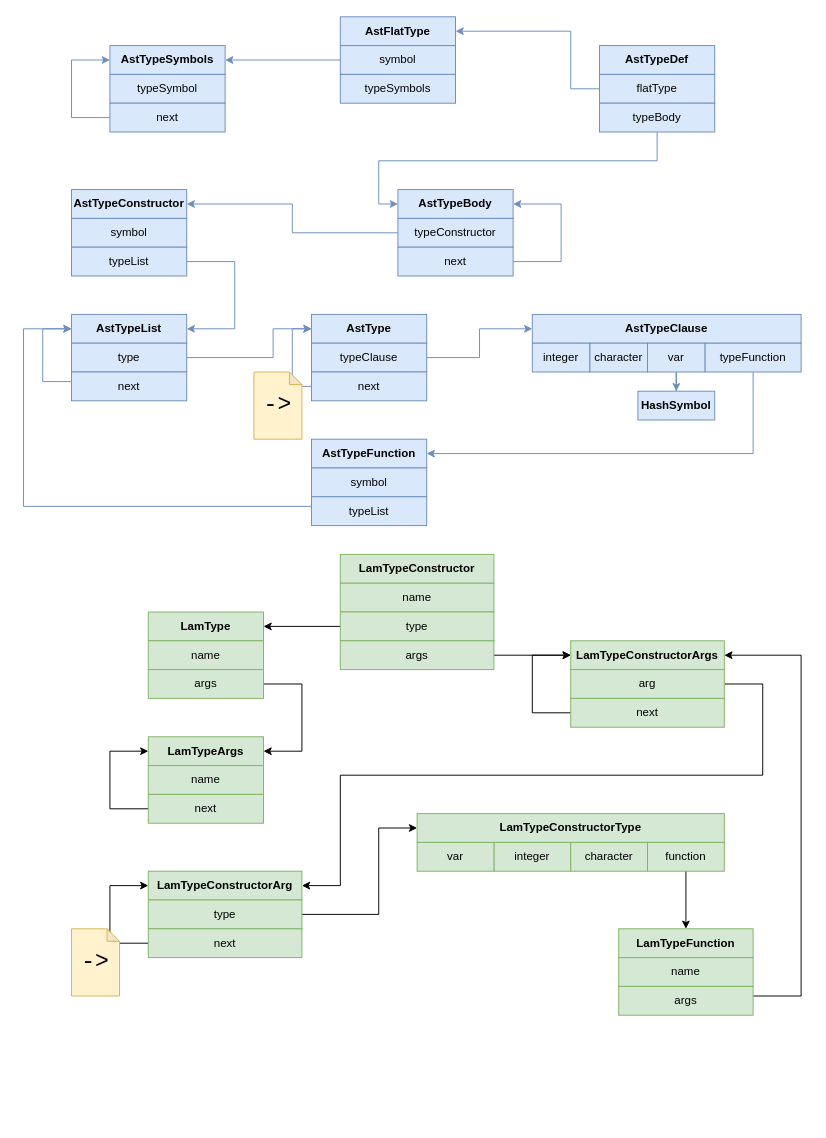
Before: docs/LambdaConversion.drawio in billhails/CEKF, a draw.io diagram. Source tidied: cells renumbered, new cells numbered last; positions are measured from the earlier drawing's top-left corner, leaving out a move shared by most shapes. Both pictures are drawn from the tidied source at 96%, with x=0, y=0 at pixel (23, 16).
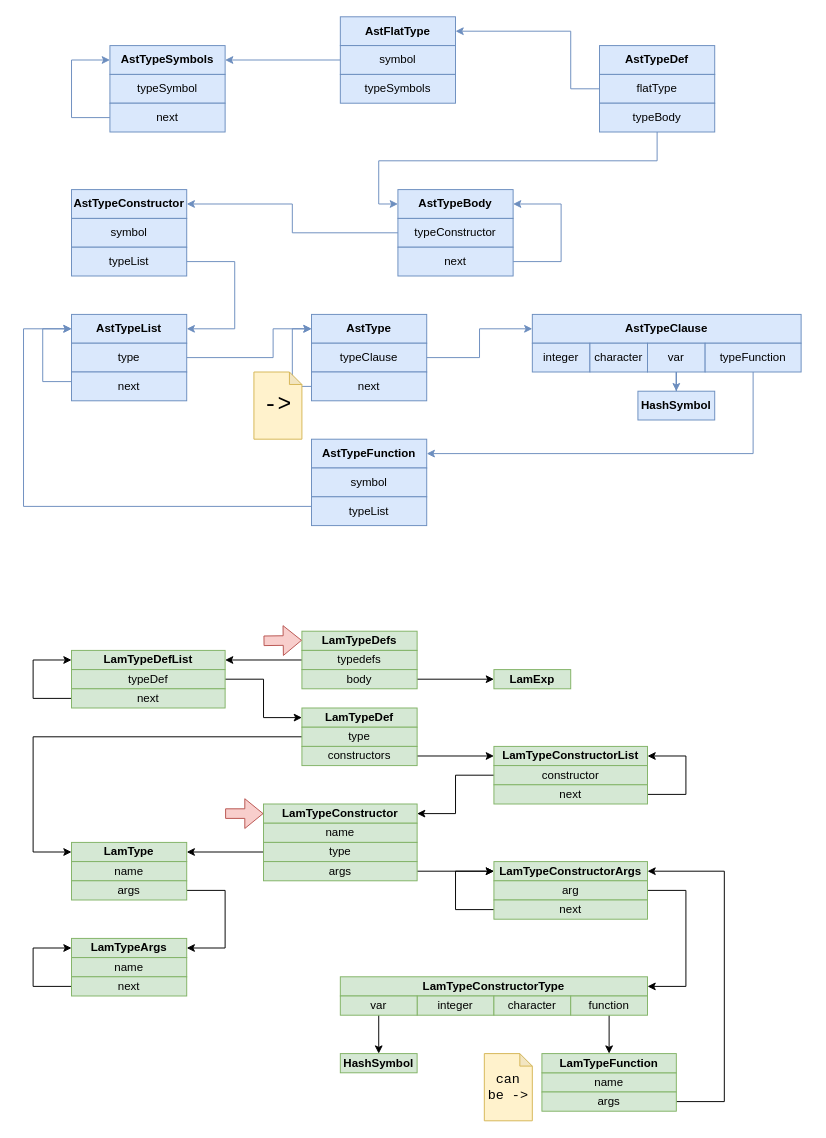
After the change.

Change to the diagram source:
```diff
@@
     <mxCell id="46" value="LamTypeConstructor" style="rounded=0;whiteSpace=wrap;html=1;fontStyle=1;fillColor=#d5e8d4;strokeColor=#82b366;" parent="1" vertex="1">
-      <mxGeometry x="330" y="560" width="160" height="30" as="geometry" />
+      <mxGeometry x="250" y="820" width="160" height="20" as="geometry" />
     </mxCell>
     <mxCell id="47" value="name" style="rounded=0;whiteSpace=wrap;html=1;fillColor=#d5e8d4;strokeColor=#82b366;" parent="1" vertex="1">
-      <mxGeometry x="330" y="590" width="160" height="30" as="geometry" />
+      <mxGeometry x="250" y="840" width="160" height="20" as="geometry" />
     </mxCell>
@@
     <mxCell id="49" value="type" style="rounded=0;whiteSpace=wrap;html=1;fillColor=#d5e8d4;strokeColor=#82b366;" parent="1" vertex="1">
-      <mxGeometry x="330" y="620" width="160" height="30" as="geometry" />
+      <mxGeometry x="250" y="860" width="160" height="20" as="geometry" />
     </mxCell>
@@
     <mxCell id="51" value="args" style="rounded=0;whiteSpace=wrap;html=1;fillColor=#d5e8d4;strokeColor=#82b366;" parent="1" vertex="1">
-      <mxGeometry x="330" y="650" width="160" height="30" as="geometry" />
+      <mxGeometry x="250" y="880" width="160" height="20" as="geometry" />
     </mxCell>
     <mxCell id="52" value="LamType" style="rounded=0;whiteSpace=wrap;html=1;fontStyle=1;fillColor=#d5e8d4;strokeColor=#82b366;" parent="1" vertex="1">
-      <mxGeometry x="130" y="620" width="120" height="30" as="geometry" />
+      <mxGeometry x="50" y="860" width="120" height="20" as="geometry" />
     </mxCell>
     <mxCell id="53" value="name" style="rounded=0;whiteSpace=wrap;html=1;fillColor=#d5e8d4;strokeColor=#82b366;" parent="1" vertex="1">
-      <mxGeometry x="130" y="650" width="120" height="30" as="geometry" />
+      <mxGeometry x="50" y="880" width="120" height="20" as="geometry" />
     </mxCell>
     <mxCell id="54" style="edgeStyle=orthogonalEdgeStyle;rounded=0;jettySize=auto;html=1;entryX=1;entryY=0.5;entryDx=0;entryDy=0;" parent="1" edge="1" source="55" target="56">
       <mxGeometry relative="1" as="geometry">
         <Array as="points">
-          <mxPoint x="290" y="695" />
-          <mxPoint x="290" y="765" />
+          <mxPoint x="210" y="910" />
+          <mxPoint x="210" y="970" />
         </Array>
       </mxGeometry>
     </mxCell>
     <mxCell id="55" value="args" style="rounded=0;whiteSpace=wrap;html=1;fillColor=#d5e8d4;strokeColor=#82b366;" parent="1" vertex="1">
-      <mxGeometry x="130" y="680" width="120" height="30" as="geometry" />
+      <mxGeometry x="50" y="900" width="120" height="20" as="geometry" />
     </mxCell>
     <mxCell id="56" value="LamTypeArgs" style="rounded=0;whiteSpace=wrap;html=1;fontStyle=1;fillColor=#d5e8d4;strokeColor=#82b366;" parent="1" vertex="1">
-      <mxGeometry x="130" y="750" width="120" height="30" as="geometry" />
+      <mxGeometry x="50" y="960" width="120" height="20" as="geometry" />
     </mxCell>
     <mxCell id="57" value="name" style="rounded=0;whiteSpace=wrap;html=1;fillColor=#d5e8d4;strokeColor=#82b366;" parent="1" vertex="1">
-      <mxGeometry x="130" y="780" width="120" height="30" as="geometry" />
+      <mxGeometry x="50" y="980" width="120" height="20" as="geometry" />
     </mxCell>
     <mxCell id="58" style="edgeStyle=orthogonalEdgeStyle;rounded=0;jettySize=auto;html=1;entryX=0;entryY=0.5;entryDx=0;entryDy=0;" parent="1" edge="1" source="59" target="56">
       <mxGeometry relative="1" as="geometry">
         <Array as="points">
-          <mxPoint x="90" y="825" />
-          <mxPoint x="90" y="765" />
+          <mxPoint x="10" y="1010" />
+          <mxPoint x="10" y="970" />
         </Array>
       </mxGeometry>
     </mxCell>
     <mxCell id="59" value="next" style="rounded=0;whiteSpace=wrap;html=1;fillColor=#d5e8d4;strokeColor=#82b366;" parent="1" vertex="1">
-      <mxGeometry x="130" y="810" width="120" height="30" as="geometry" />
+      <mxGeometry x="50" y="1000" width="120" height="20" as="geometry" />
     </mxCell>
     <mxCell id="60" value="LamTypeConstructorArgs" style="rounded=0;whiteSpace=wrap;html=1;fontStyle=1;fillColor=#d5e8d4;strokeColor=#82b366;" parent="1" vertex="1">
-      <mxGeometry x="570" y="650" width="160" height="30" as="geometry" />
+      <mxGeometry x="490" y="880" width="160" height="20" as="geometry" />
     </mxCell>
-    <mxCell id="61" style="edgeStyle=orthogonalEdgeStyle;rounded=0;jettySize=auto;html=1;entryX=1;entryY=0.5;entryDx=0;entryDy=0;" parent="1" edge="1" source="62" target="75">
-      <mxGeometry relative="1" as="geometry">
-        <Array as="points">
-          <mxPoint x="770" y="695" />
-          <mxPoint x="770" y="790" />
-          <mxPoint x="330" y="790" />
-          <mxPoint x="330" y="905" />
-        </Array>
-      </mxGeometry>
-    </mxCell>
+    <mxCell id="82" style="edgeStyle=orthogonalEdgeStyle;rounded=0;jettySize=auto;html=1;entryX=1;entryY=0.5;entryDx=0;entryDy=0;" parent="1" edge="1" source="62" target="65">
+      <mxGeometry relative="1" as="geometry">
+        <Array as="points">
+          <mxPoint x="690" y="910" />
+          <mxPoint x="690" y="1010" />
+        </Array>
+      </mxGeometry>
+    </mxCell>
     <mxCell id="62" value="arg" style="rounded=0;whiteSpace=wrap;html=1;fillColor=#d5e8d4;strokeColor=#82b366;" parent="1" vertex="1">
-      <mxGeometry x="570" y="680" width="160" height="30" as="geometry" />
+      <mxGeometry x="490" y="900" width="160" height="20" as="geometry" />
     </mxCell>
     <mxCell id="63" style="edgeStyle=orthogonalEdgeStyle;rounded=0;jettySize=auto;html=1;entryX=0;entryY=0.5;entryDx=0;entryDy=0;" parent="1" edge="1" source="64" target="60">
       <mxGeometry relative="1" as="geometry">
         <Array as="points">
-          <mxPoint x="530" y="725" />
-          <mxPoint x="530" y="665" />
+          <mxPoint x="450" y="930" />
+          <mxPoint x="450" y="890" />
         </Array>
       </mxGeometry>
     </mxCell>
     <mxCell id="64" value="next" style="rounded=0;whiteSpace=wrap;html=1;fillColor=#d5e8d4;strokeColor=#82b366;" parent="1" vertex="1">
-      <mxGeometry x="570" y="710" width="160" height="30" as="geometry" />
+      <mxGeometry x="490" y="920" width="160" height="20" as="geometry" />
     </mxCell>
     <mxCell id="65" value="LamTypeConstructorType" style="rounded=0;whiteSpace=wrap;html=1;fontStyle=1;fillColor=#d5e8d4;strokeColor=#82b366;" parent="1" vertex="1">
-      <mxGeometry x="410" y="830" width="320" height="30" as="geometry" />
+      <mxGeometry x="330" y="1000" width="320" height="20" as="geometry" />
     </mxCell>
     <mxCell id="66" value="name" style="rounded=0;whiteSpace=wrap;html=1;fillColor=#d5e8d4;strokeColor=#82b366;" parent="1" vertex="1">
-      <mxGeometry x="620" y="980" width="140" height="30" as="geometry" />
+      <mxGeometry x="540" y="1100" width="140" height="20" as="geometry" />
     </mxCell>
     <mxCell id="67" style="edgeStyle=orthogonalEdgeStyle;rounded=0;jettySize=auto;html=1;entryX=1;entryY=0.5;entryDx=0;entryDy=0;" parent="1" edge="1" source="68" target="60">
       <mxGeometry relative="1" as="geometry">
         <Array as="points">
-          <mxPoint x="810" y="1020" />
-          <mxPoint x="810" y="665" />
+          <mxPoint x="730" y="1130" />
+          <mxPoint x="730" y="890" />
         </Array>
       </mxGeometry>
     </mxCell>
     <mxCell id="68" value="args" style="rounded=0;whiteSpace=wrap;html=1;fillColor=#d5e8d4;strokeColor=#82b366;" parent="1" vertex="1">
-      <mxGeometry x="620" y="1010" width="140" height="30" as="geometry" />
+      <mxGeometry x="540" y="1120" width="140" height="20" as="geometry" />
     </mxCell>
     <mxCell id="69" value="integer" style="rounded=0;whiteSpace=wrap;html=1;fillColor=#d5e8d4;strokeColor=#82b366;" parent="1" vertex="1">
-      <mxGeometry x="490" y="860" width="80" height="30" as="geometry" />
+      <mxGeometry x="410" y="1020" width="80" height="20" as="geometry" />
     </mxCell>
     <mxCell id="70" value="character" style="rounded=0;whiteSpace=wrap;html=1;fillColor=#d5e8d4;strokeColor=#82b366;" parent="1" vertex="1">
-      <mxGeometry x="570" y="860" width="80" height="30" as="geometry" />
+      <mxGeometry x="490" y="1020" width="80" height="20" as="geometry" />
     </mxCell>
@@
     <mxCell id="72" value="function" style="rounded=0;whiteSpace=wrap;html=1;fillColor=#d5e8d4;strokeColor=#82b366;" parent="1" vertex="1">
-      <mxGeometry x="650" y="860" width="80" height="30" as="geometry" />
+      <mxGeometry x="570" y="1020" width="80" height="20" as="geometry" />
     </mxCell>
     <mxCell id="73" value="LamTypeFunction" style="rounded=0;whiteSpace=wrap;html=1;fontStyle=1;fillColor=#d5e8d4;strokeColor=#82b366;" parent="1" vertex="1">
-      <mxGeometry x="620" y="950" width="140" height="30" as="geometry" />
+      <mxGeometry x="540" y="1080" width="140" height="20" as="geometry" />
     </mxCell>
+    <mxCell id="83" style="edgeStyle=orthogonalEdgeStyle;rounded=0;jettySize=auto;html=1;entryX=0.5;entryY=0;entryDx=0;entryDy=0;" parent="1" edge="1" source="74" target="105">
+      <mxGeometry relative="1" as="geometry" />
+    </mxCell>
     <mxCell id="74" value="var" style="rounded=0;whiteSpace=wrap;html=1;fillColor=#d5e8d4;strokeColor=#82b366;" parent="1" vertex="1">
-      <mxGeometry x="410" y="860" width="80" height="30" as="geometry" />
+      <mxGeometry x="330" y="1020" width="80" height="20" as="geometry" />
     </mxCell>
-    <mxCell id="75" value="LamTypeConstructorArg" style="rounded=0;whiteSpace=wrap;html=1;fontStyle=1;fillColor=#d5e8d4;strokeColor=#82b366;" parent="1" vertex="1">
-      <mxGeometry x="130" y="890" width="160" height="30" as="geometry" />
-    </mxCell>
-    <mxCell id="76" style="edgeStyle=orthogonalEdgeStyle;rounded=0;jettySize=auto;html=1;entryX=0;entryY=0.5;entryDx=0;entryDy=0;" parent="1" edge="1" source="77" target="65">
-      <mxGeometry relative="1" as="geometry">
-        <Array as="points">
-          <mxPoint x="370" y="935" />
-          <mxPoint x="370" y="845" />
-        </Array>
-      </mxGeometry>
-    </mxCell>
+    <mxCell id="81" value="-&amp;gt;" style="shape=note;whiteSpace=wrap;html=1;backgroundOutline=1;darkOpacity=0.05;fillColor=#fff2cc;strokeColor=#d6b656;fontSize=24;fontFamily=Courier New;size=13;" parent="1" vertex="1">
+      <mxGeometry x="240" y="370" width="50" height="70" as="geometry" />
+    </mxCell>
+    <mxCell id="84" value="can be -&amp;gt;" style="shape=note;whiteSpace=wrap;html=1;backgroundOutline=1;darkOpacity=0.05;fillColor=#fff2cc;strokeColor=#d6b656;fontSize=14;fontFamily=Courier New;size=13;" parent="1" vertex="1">
+      <mxGeometry x="480" y="1080" width="50" height="70" as="geometry" />
+    </mxCell>
+    <mxCell id="85" value="LamTypeDefs" style="rounded=0;whiteSpace=wrap;html=1;fontStyle=1;fillColor=#d5e8d4;strokeColor=#82b366;" parent="1" vertex="1">
+      <mxGeometry x="290" y="640" width="120" height="20" as="geometry" />
+    </mxCell>
+    <mxCell id="86" style="edgeStyle=orthogonalEdgeStyle;rounded=0;jettySize=auto;html=1;entryX=1;entryY=0.5;entryDx=0;entryDy=0;" parent="1" edge="1" source="87" target="91">
+      <mxGeometry relative="1" as="geometry" />
+    </mxCell>
+    <mxCell id="87" value="typedefs" style="rounded=0;whiteSpace=wrap;html=1;fillColor=#d5e8d4;strokeColor=#82b366;" parent="1" vertex="1">
+      <mxGeometry x="290" y="660" width="120" height="20" as="geometry" />
+    </mxCell>
+    <mxCell id="88" style="edgeStyle=orthogonalEdgeStyle;rounded=0;jettySize=auto;html=1;entryX=0;entryY=0.5;entryDx=0;entryDy=0;" parent="1" edge="1" source="89" target="90">
+      <mxGeometry relative="1" as="geometry" />
+    </mxCell>
+    <mxCell id="89" value="body" style="rounded=0;whiteSpace=wrap;html=1;fillColor=#d5e8d4;strokeColor=#82b366;" parent="1" vertex="1">
+      <mxGeometry x="290" y="680" width="120" height="20" as="geometry" />
+    </mxCell>
+    <mxCell id="90" value="LamExp" style="rounded=0;whiteSpace=wrap;html=1;fontStyle=1;fillColor=#d5e8d4;strokeColor=#82b366;" parent="1" vertex="1">
+      <mxGeometry x="490" y="680" width="80" height="20" as="geometry" />
+    </mxCell>
+    <mxCell id="91" value="LamTypeDefList" style="rounded=0;whiteSpace=wrap;html=1;fontStyle=1;fillColor=#d5e8d4;strokeColor=#82b366;" parent="1" vertex="1">
+      <mxGeometry x="50" y="660" width="160" height="20" as="geometry" />
+    </mxCell>
+    <mxCell id="92" style="edgeStyle=orthogonalEdgeStyle;rounded=0;jettySize=auto;html=1;entryX=0;entryY=0.5;entryDx=0;entryDy=0;" parent="1" edge="1" source="93" target="96">
+      <mxGeometry relative="1" as="geometry" />
+    </mxCell>
+    <mxCell id="93" value="typeDef" style="rounded=0;whiteSpace=wrap;html=1;fillColor=#d5e8d4;strokeColor=#82b366;" parent="1" vertex="1">
+      <mxGeometry x="50" y="680" width="160" height="20" as="geometry" />
+    </mxCell>
+    <mxCell id="94" style="edgeStyle=orthogonalEdgeStyle;rounded=0;jettySize=auto;html=1;entryX=0;entryY=0.5;entryDx=0;entryDy=0;" parent="1" edge="1" source="95" target="91">
+      <mxGeometry relative="1" as="geometry">
+        <Array as="points">
+          <mxPoint x="10" y="710" />
+          <mxPoint x="10" y="670" />
+        </Array>
+      </mxGeometry>
+    </mxCell>
+    <mxCell id="95" value="next" style="rounded=0;whiteSpace=wrap;html=1;fillColor=#d5e8d4;strokeColor=#82b366;" parent="1" vertex="1">
+      <mxGeometry x="50" y="700" width="160" height="20" as="geometry" />
+    </mxCell>
+    <mxCell id="96" value="LamTypeDef" style="rounded=0;whiteSpace=wrap;html=1;fontStyle=1;fillColor=#d5e8d4;strokeColor=#82b366;" parent="1" vertex="1">
+      <mxGeometry x="290" y="720" width="120" height="20" as="geometry" />
+    </mxCell>
+    <mxCell id="97" style="edgeStyle=orthogonalEdgeStyle;rounded=0;jettySize=auto;html=1;entryX=0;entryY=0.5;entryDx=0;entryDy=0;exitX=1;exitY=0.5;exitDx=0;exitDy=0;" parent="1" edge="1" source="99" target="100">
+      <mxGeometry relative="1" as="geometry" />
+    </mxCell>
+    <mxCell id="98" style="edgeStyle=orthogonalEdgeStyle;rounded=0;jettySize=auto;html=1;entryX=0;entryY=0.5;entryDx=0;entryDy=0;" parent="1" edge="1" source="77" target="52">
+      <mxGeometry relative="1" as="geometry">
+        <Array as="points">
+          <mxPoint x="10" y="750" />
+          <mxPoint x="10" y="870" />
+        </Array>
+      </mxGeometry>
+    </mxCell>
     <mxCell id="77" value="type" style="rounded=0;whiteSpace=wrap;html=1;fillColor=#d5e8d4;strokeColor=#82b366;" parent="1" vertex="1">
-      <mxGeometry x="130" y="920" width="160" height="30" as="geometry" />
+      <mxGeometry x="290" y="740" width="120" height="20" as="geometry" />
     </mxCell>
-    <mxCell id="78" style="edgeStyle=orthogonalEdgeStyle;rounded=0;jettySize=auto;html=1;entryX=0;entryY=0.5;entryDx=0;entryDy=0;exitX=0;exitY=0.5;exitDx=0;exitDy=0;" parent="1" edge="1" source="79" target="75">
-      <mxGeometry relative="1" as="geometry">
-        <Array as="points">
-          <mxPoint x="90" y="965" />
-          <mxPoint x="90" y="905" />
-        </Array>
-      </mxGeometry>
-    </mxCell>
-    <mxCell id="79" value="next" style="rounded=0;whiteSpace=wrap;html=1;fillColor=#d5e8d4;strokeColor=#82b366;" parent="1" vertex="1">
-      <mxGeometry x="130" y="950" width="160" height="30" as="geometry" />
-    </mxCell>
-    <mxCell id="80" value="-&amp;gt;" style="shape=note;whiteSpace=wrap;html=1;backgroundOutline=1;darkOpacity=0.05;fillColor=#fff2cc;strokeColor=#d6b656;fontSize=24;fontFamily=Courier New;size=13;" parent="1" vertex="1">
-      <mxGeometry x="50" y="950" width="50" height="70" as="geometry" />
-    </mxCell>
-    <mxCell id="81" value="-&amp;gt;" style="shape=note;whiteSpace=wrap;html=1;backgroundOutline=1;darkOpacity=0.05;fillColor=#fff2cc;strokeColor=#d6b656;fontSize=24;fontFamily=Courier New;size=13;" parent="1" vertex="1">
-      <mxGeometry x="240" y="370" width="50" height="70" as="geometry" />
-    </mxCell>
+    <mxCell id="99" value="constructors" style="rounded=0;whiteSpace=wrap;html=1;fillColor=#d5e8d4;strokeColor=#82b366;" parent="1" vertex="1">
+      <mxGeometry x="290" y="760" width="120" height="20" as="geometry" />
+    </mxCell>
+    <mxCell id="100" value="LamTypeConstructorList" style="rounded=0;whiteSpace=wrap;html=1;fontStyle=1;fillColor=#d5e8d4;strokeColor=#82b366;" parent="1" vertex="1">
+      <mxGeometry x="490" y="760" width="160" height="20" as="geometry" />
+    </mxCell>
+    <mxCell id="101" style="edgeStyle=orthogonalEdgeStyle;rounded=0;jettySize=auto;html=1;entryX=1;entryY=0.5;entryDx=0;entryDy=0;" parent="1" edge="1" source="102" target="46">
+      <mxGeometry relative="1" as="geometry" />
+    </mxCell>
+    <mxCell id="102" value="constructor" style="rounded=0;whiteSpace=wrap;html=1;fillColor=#d5e8d4;strokeColor=#82b366;" parent="1" vertex="1">
+      <mxGeometry x="490" y="780" width="160" height="20" as="geometry" />
+    </mxCell>
+    <mxCell id="103" style="edgeStyle=orthogonalEdgeStyle;rounded=0;jettySize=auto;html=1;entryX=1;entryY=0.5;entryDx=0;entryDy=0;" parent="1" edge="1" source="104" target="100">
+      <mxGeometry relative="1" as="geometry">
+        <Array as="points">
+          <mxPoint x="690" y="810" />
+          <mxPoint x="690" y="770" />
+        </Array>
+      </mxGeometry>
+    </mxCell>
+    <mxCell id="104" value="next" style="rounded=0;whiteSpace=wrap;html=1;fillColor=#d5e8d4;strokeColor=#82b366;" parent="1" vertex="1">
+      <mxGeometry x="490" y="800" width="160" height="20" as="geometry" />
+    </mxCell>
+    <mxCell id="105" value="HashSymbol" style="rounded=0;whiteSpace=wrap;html=1;fontStyle=1;fillColor=#d5e8d4;strokeColor=#82b366;" parent="1" vertex="1">
+      <mxGeometry x="330" y="1080" width="80" height="20" as="geometry" />
+    </mxCell>
+    <mxCell id="106" style="shape=flexArrow;endArrow=classic;html=1;rounded=0;entryX=0;entryY=0.5;entryDx=0;entryDy=0;fillColor=#f8cecc;strokeColor=#b85450;" parent="1" edge="1" target="46">
+      <mxGeometry relative="1" as="geometry">
+        <mxPoint x="210" y="830" as="sourcePoint" />
+      </mxGeometry>
+    </mxCell>
+    <mxCell id="107" style="shape=flexArrow;endArrow=classic;html=1;rounded=0;entryX=0;entryY=0.5;entryDx=0;entryDy=0;fillColor=#f8cecc;strokeColor=#b85450;" parent="1" edge="1">
+      <mxGeometry relative="1" as="geometry">
+        <mxPoint x="250" y="650" as="sourcePoint" />
+        <mxPoint x="290" y="649.5" as="targetPoint" />
+      </mxGeometry>
+    </mxCell>
```
